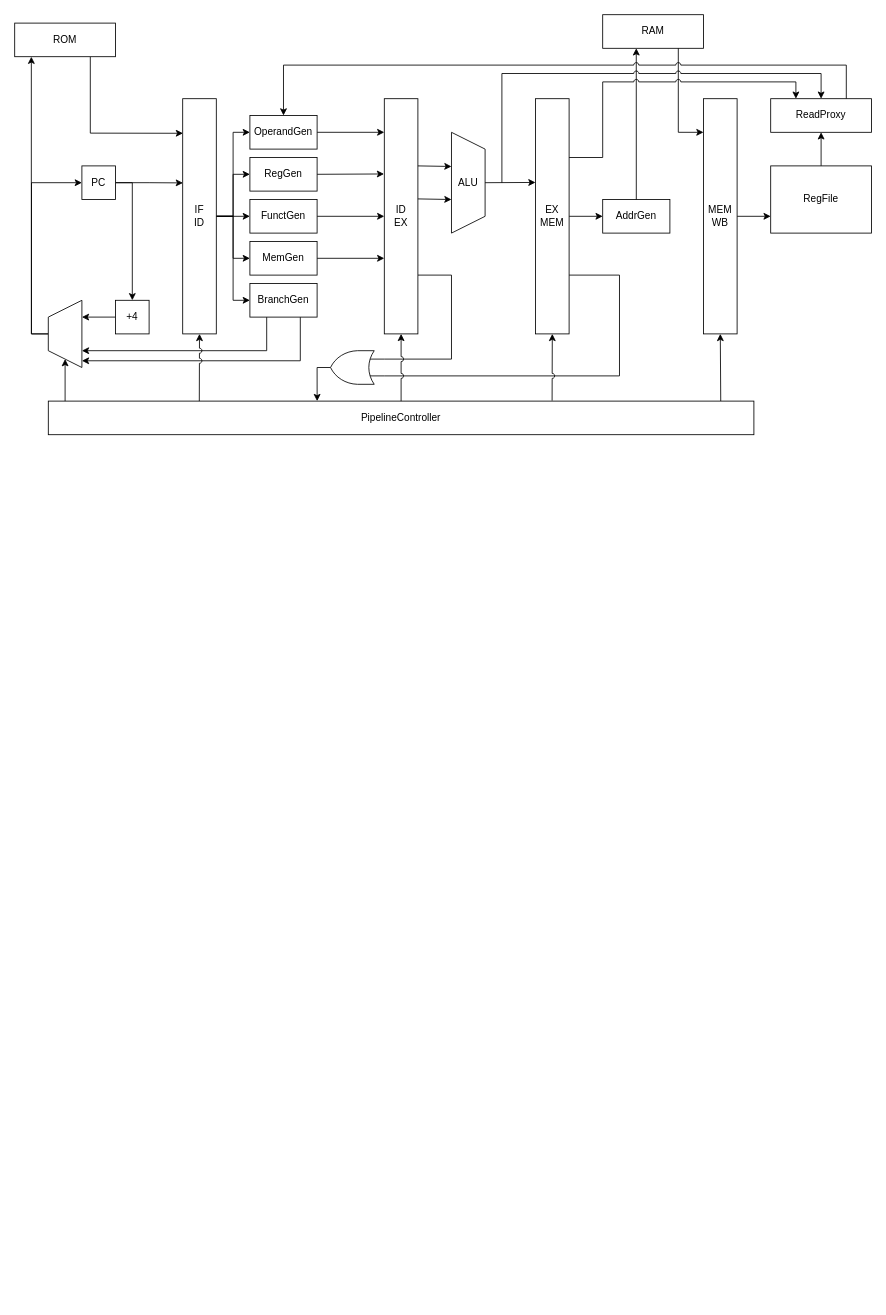
Before: CS/TinyMIPS/TinyMIPSIII.drawio in umiskky/Diagrams, a draw.io diagram. Source tidied: cells renumbered, new cells numbered last; positions are measured from the earlier drawing's top-left corner, leaving out a move shared by most shapes. Both pictures are drawn from the tidied source at 84%, with x=0, y=0 at pixel (14, 14).
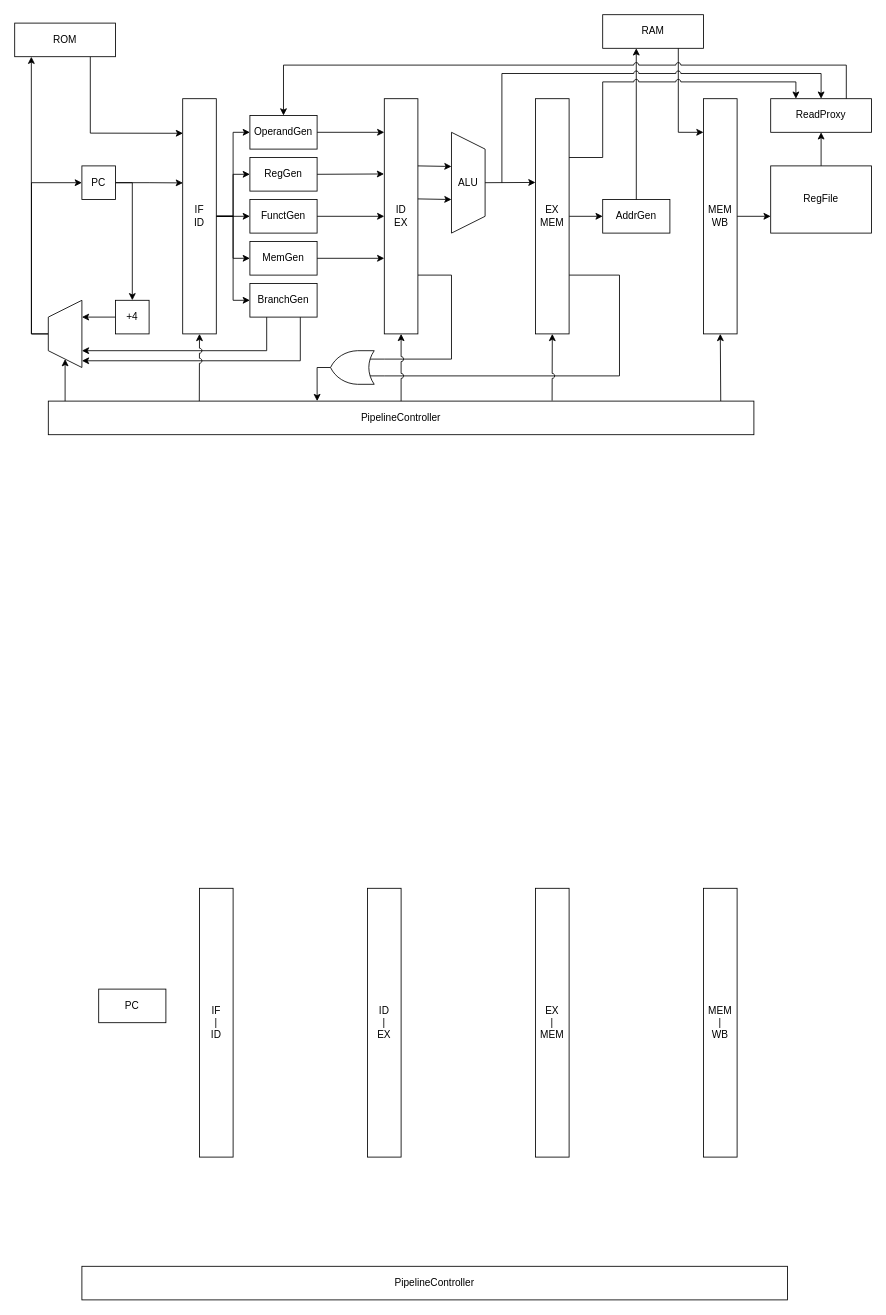
Above is the later version.

The edit, as a diff of the source:
```diff
@@
+    <mxCell id="58" value="PipelineController" style="rounded=0;whiteSpace=wrap;html=1;" parent="1" vertex="1">
+      <mxGeometry x="80" y="1490" width="840" height="40" as="geometry" />
+    </mxCell>
+    <mxCell id="59" value="PC" style="rounded=0;whiteSpace=wrap;html=1;" parent="1" vertex="1">
+      <mxGeometry x="100" y="1160" width="80" height="40" as="geometry" />
+    </mxCell>
+    <mxCell id="60" value="IF&lt;br&gt;|&lt;br&gt;ID" style="rounded=0;whiteSpace=wrap;html=1;" parent="1" vertex="1">
+      <mxGeometry x="220" y="1040" width="40" height="320" as="geometry" />
+    </mxCell>
+    <mxCell id="61" value="ID&lt;br&gt;|&lt;br&gt;EX" style="rounded=0;whiteSpace=wrap;html=1;" parent="1" vertex="1">
+      <mxGeometry x="420" y="1040" width="40" height="320" as="geometry" />
+    </mxCell>
+    <mxCell id="62" value="EX&lt;br&gt;|&lt;br&gt;MEM" style="rounded=0;whiteSpace=wrap;html=1;" parent="1" vertex="1">
+      <mxGeometry x="620" y="1040" width="40" height="320" as="geometry" />
+    </mxCell>
+    <mxCell id="63" value="MEM&lt;br&gt;|&lt;br&gt;WB" style="rounded=0;whiteSpace=wrap;html=1;" parent="1" vertex="1">
+      <mxGeometry x="820" y="1040" width="40" height="320" as="geometry" />
+    </mxCell>
```
